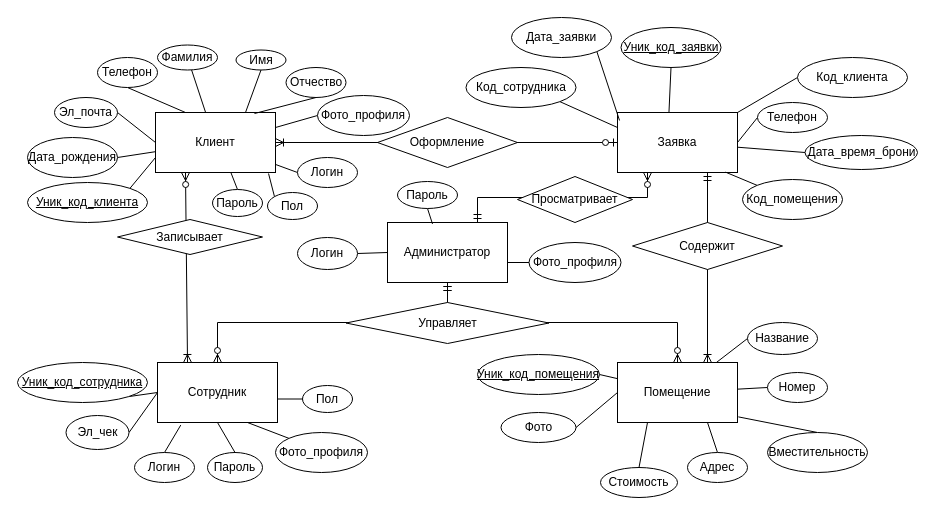
Kostilan/obsi_proekt_kushneruk_tokarev keeps this draw.io diagram as documents/Infological_diagram.drawio. Above is the earlier version. Source tidied: cells renumbered, new cells numbered last; positions are measured from the earlier drawing's top-left corner, leaving out a move shared by most shapes. Both pictures are drawn from the tidied source at 100%, with x=0, y=0 at pixel (17, 17).
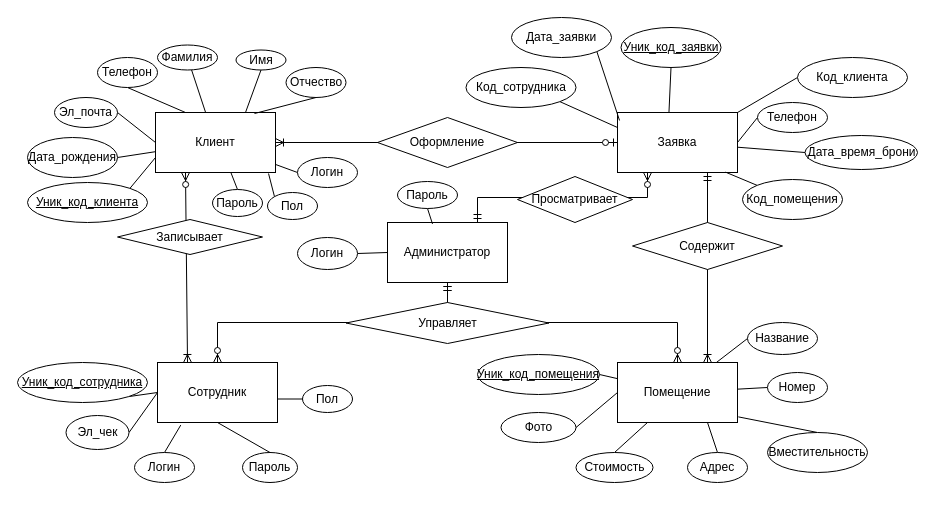
Above is the later version.

The change refers to these unchanged cells:
```xml
<mxCell id="4" value="Клиент" style="rounded=0;whiteSpace=wrap;html=1;" parent="1" vertex="1">
  <mxGeometry x="138" y="95" width="120" height="60" as="geometry" />
</mxCell>
<mxCell id="5" value="Сотрудник" style="rounded=0;whiteSpace=wrap;html=1;" parent="1" vertex="1">
  <mxGeometry x="140" y="345" width="120" height="60" as="geometry" />
</mxCell>
<mxCell id="9" value="Администратор" style="rounded=0;whiteSpace=wrap;html=1;" parent="1" vertex="1">
  <mxGeometry x="370" y="205" width="120" height="60" as="geometry" />
</mxCell>
```

What changed in the source:
```diff
@@
     <mxCell id="25" value="Пароль" style="ellipse;whiteSpace=wrap;html=1;" parent="1" vertex="1">
-      <mxGeometry x="190" y="435" width="55" height="30" as="geometry" />
+      <mxGeometry x="225" y="435" width="55" height="30" as="geometry" />
     </mxCell>
-    <mxCell id="26" style="edgeStyle=none;rounded=0;jettySize=auto;html=1;exitX=0;exitY=0;exitDx=0;exitDy=0;entryX=0.75;entryY=1;entryDx=0;entryDy=0;startArrow=none;startFill=0;endArrow=none;endFill=0;" parent="1" edge="1" source="27" target="5">
-      <mxGeometry relative="1" as="geometry" />
-    </mxCell>
-    <mxCell id="27" value="Фото_профиля" style="ellipse;whiteSpace=wrap;html=1;" parent="1" vertex="1">
-      <mxGeometry x="258" y="415" width="92" height="40" as="geometry" />
-    </mxCell>
@@
     <mxCell id="45" value="Стоимость" style="ellipse;whiteSpace=wrap;html=1;" parent="1" vertex="1">
-      <mxGeometry x="583" y="450" width="77" height="30" as="geometry" />
+      <mxGeometry x="558.5" y="435" width="77" height="30" as="geometry" />
     </mxCell>
@@
-    <mxCell id="76" style="rounded=0;jettySize=auto;html=1;exitX=0;exitY=0.5;exitDx=0;exitDy=0;entryX=1;entryY=0.25;entryDx=0;entryDy=0;endArrow=none;endFill=0;" parent="1" edge="1" source="77" target="4">
-      <mxGeometry relative="1" as="geometry" />
-    </mxCell>
-    <mxCell id="77" value="Фото_профиля" style="ellipse;whiteSpace=wrap;html=1;" parent="1" vertex="1">
-      <mxGeometry x="300" y="78" width="92" height="40" as="geometry" />
-    </mxCell>
@@
-    <mxCell id="82" style="edgeStyle=orthogonalEdgeStyle;rounded=0;jettySize=auto;html=1;exitX=0;exitY=0.5;exitDx=0;exitDy=0;entryX=1;entryY=0.75;entryDx=0;entryDy=0;endArrow=none;endFill=0;" parent="1" edge="1" source="83" target="9">
-      <mxGeometry relative="1" as="geometry" />
-    </mxCell>
-    <mxCell id="83" value="Фото_профиля" style="ellipse;whiteSpace=wrap;html=1;" parent="1" vertex="1">
-      <mxGeometry x="511.5" y="225" width="92" height="40" as="geometry" />
-    </mxCell>
```
